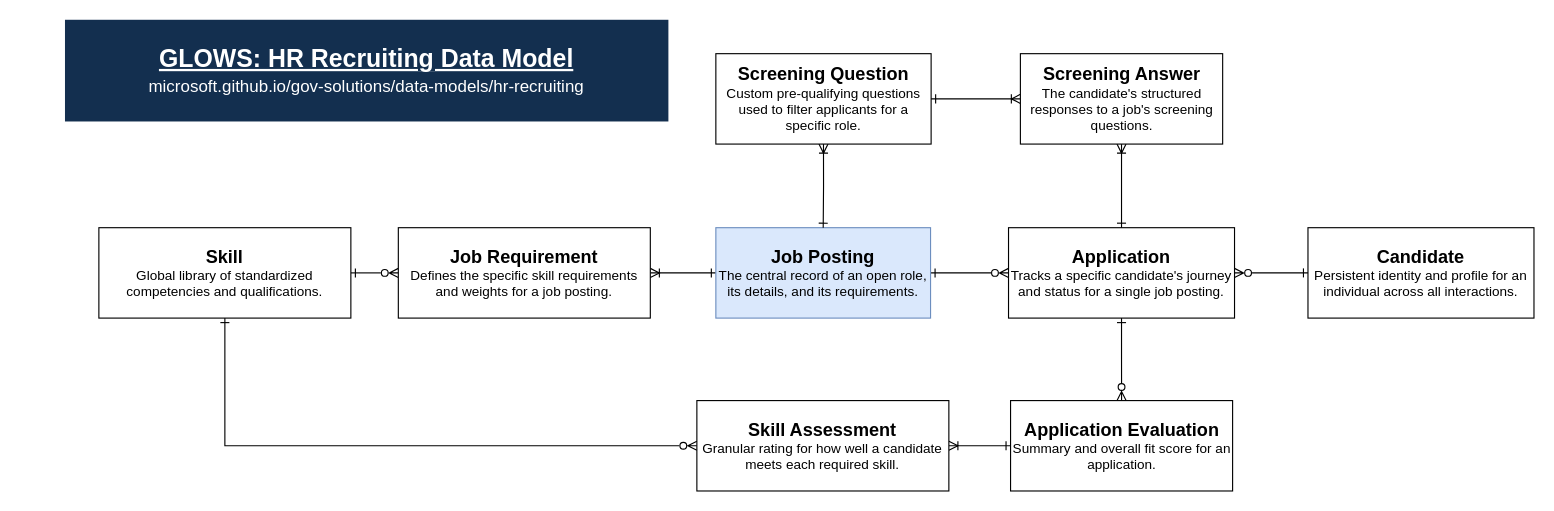
Earlier version of the draw.io diagram demos/administration/QualifAI/erd.drawio (microsoft/SLG-Business-Applications). Source tidied: cells renumbered, new cells numbered last; positions are measured from the earlier drawing's top-left corner, leaving out a move shared by most shapes. Both pictures are drawn from the tidied source at 113%, with x=0, y=0 at pixel (64, 19). Pictures stored in the file or linked from it are replaced by grey dashed boxes.
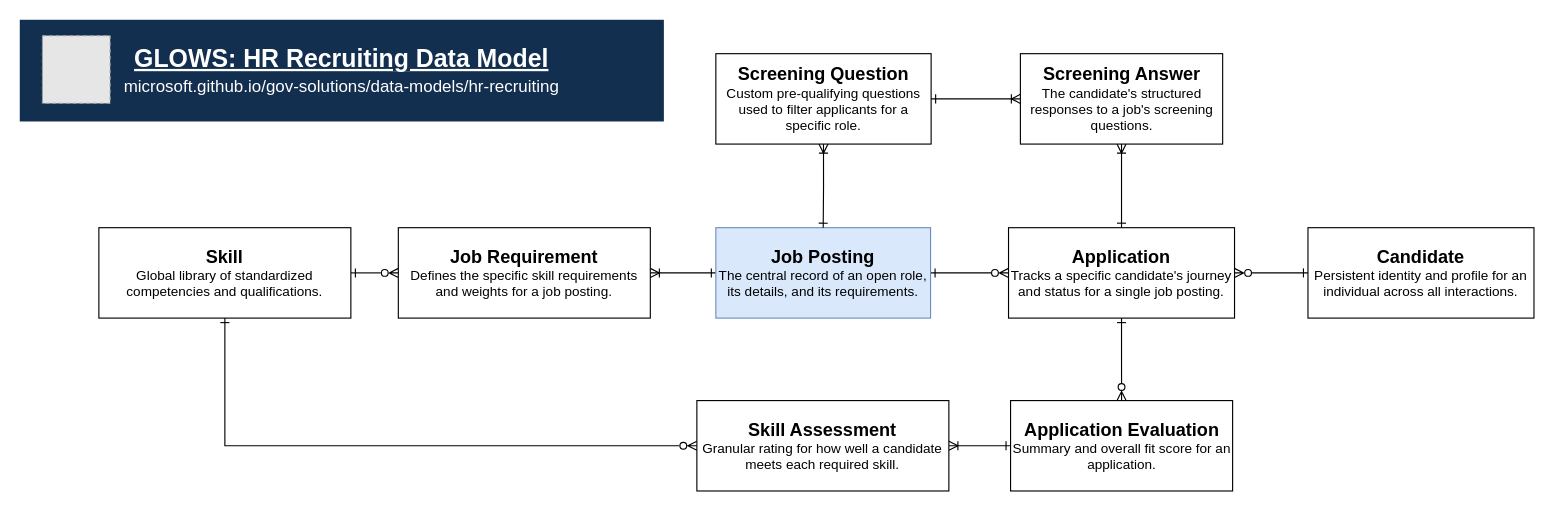
After the change.

Commit message:
Added GLOWS logo

The edit, as a diff of the source:
```diff
@@
     <mxCell id="21" value="&lt;font style=&quot;font-size: 22px;&quot;&gt;&lt;b style=&quot;&quot;&gt;&lt;u style=&quot;&quot;&gt;GLOWS: HR Recruiting Data Model&lt;/u&gt;&lt;/b&gt;&lt;/font&gt;&lt;div&gt;&lt;font style=&quot;font-size: 15px;&quot;&gt;microsoft.github.io/gov-solutions/data-models/hr-recruiting&lt;/font&gt;&lt;/div&gt;" style="text;html=1;whiteSpace=wrap;strokeColor=none;fillColor=#132F4F;align=center;verticalAlign=middle;rounded=0;fontSize=18;fontColor=#FFFFFF;" parent="1" vertex="1">
-      <mxGeometry width="534" height="90" as="geometry" />
+      <mxGeometry x="-40" width="570" height="90" as="geometry" />
     </mxCell>
+    <mxCell id="22" style="fillColor=#E6E6E6;strokeColor=#999999;dashed=1;verticalLabelPosition=bottom;verticalAlign=top;" parent="1" vertex="1">
+      <mxGeometry x="-20" y="14" width="60" height="60" as="geometry" />
+    </mxCell>
```
